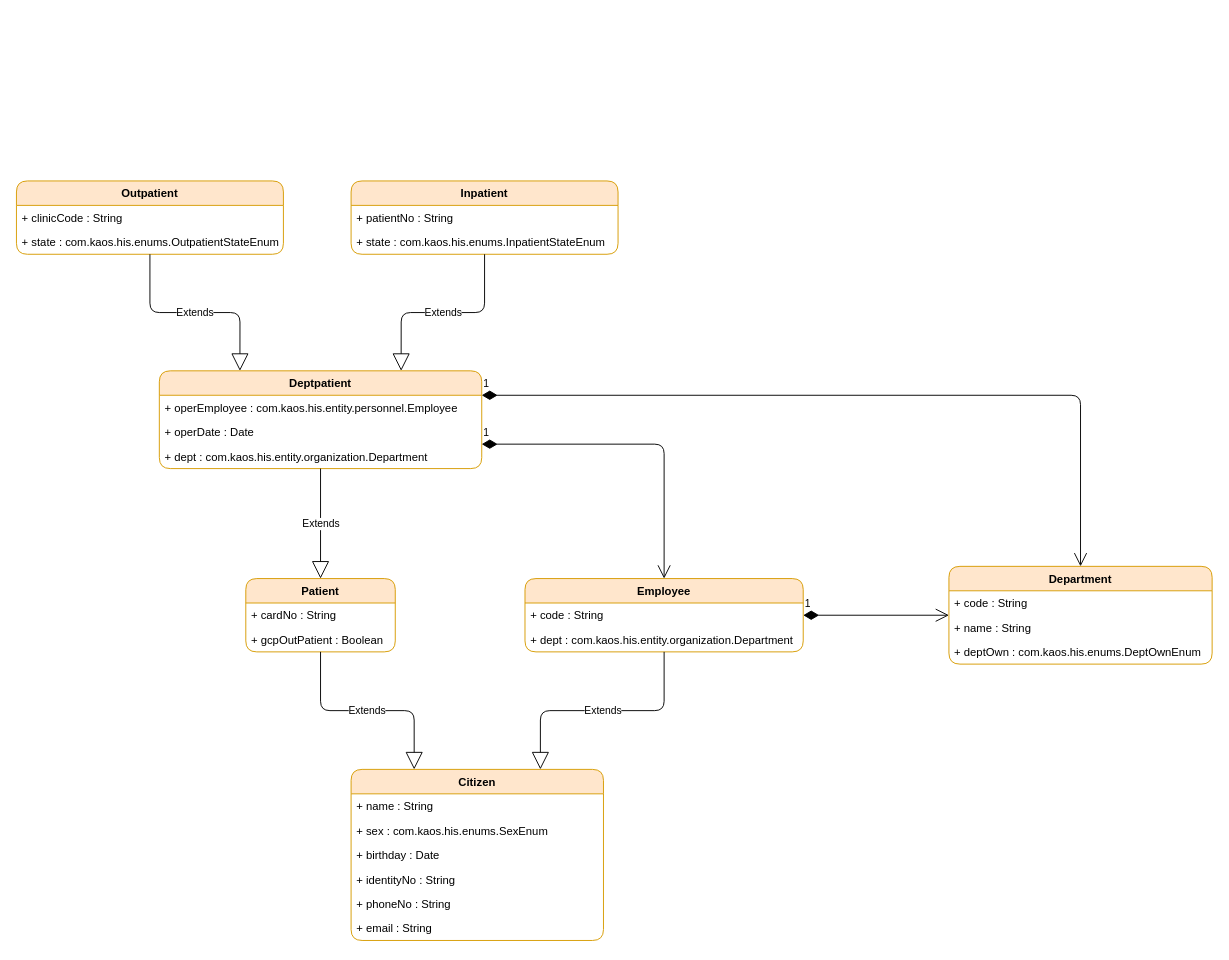
Above: src/main/java/com/kaos/his/entity/Entity.drawio in walnut-qin/springboot.skynet (draw.io), before the change. Source tidied: cells renumbered, new cells numbered last; positions are measured from the earlier drawing's top-left corner, leaving out a move shared by most shapes. Both pictures are drawn from the tidied source at 94%, with x=0, y=0 at pixel (16, 180).
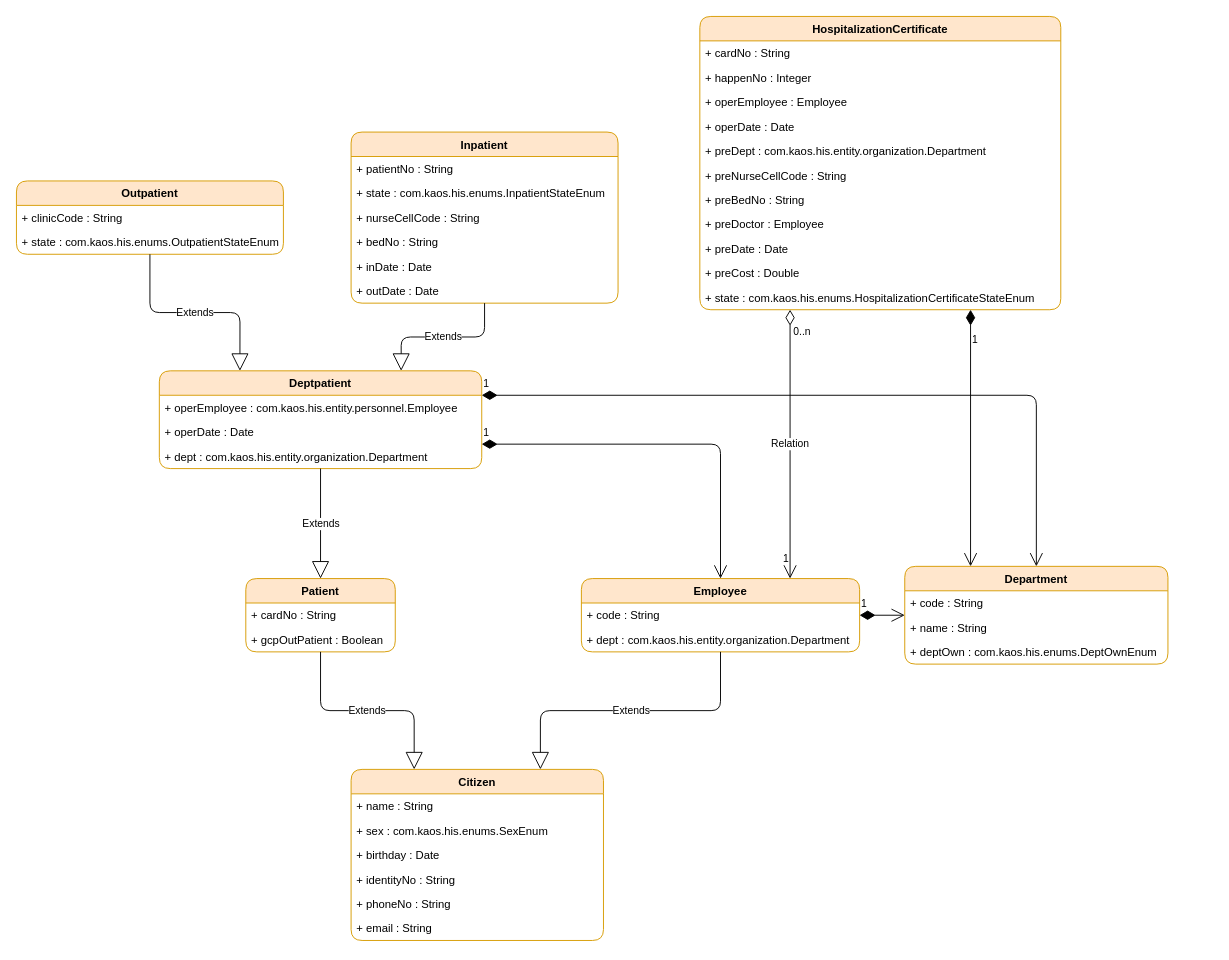
The same page after the edit.

What changed in the source:
```diff
@@
     <mxCell id="2" value="Department" style="swimlane;fontStyle=1;align=center;verticalAlign=top;horizontal=1;startSize=26;rounded=1;shadow=0;strokeColor=#d79b00;fillColor=#ffe6cc;swimlaneFillColor=#ffffff;glass=0;" parent="1" vertex="1">
-      <mxGeometry x="992" y="410" width="280" height="104" as="geometry" />
+      <mxGeometry x="945" y="410" width="280" height="104" as="geometry" />
     </mxCell>
@@
     <mxCell id="6" value="Employee" style="swimlane;fontStyle=1;align=center;verticalAlign=top;horizontal=1;startSize=26;rounded=1;shadow=0;strokeColor=#d79b00;fillColor=#ffe6cc;swimlaneFillColor=#ffffff;glass=0;" parent="1" vertex="1">
-      <mxGeometry x="541" y="423" width="296" height="78" as="geometry" />
+      <mxGeometry x="601" y="423" width="296" height="78" as="geometry" />
     </mxCell>
@@
     <mxCell id="33" value="Inpatient" style="swimlane;fontStyle=1;align=center;verticalAlign=top;horizontal=1;startSize=26;rounded=1;shadow=0;strokeColor=#d79b00;fillColor=#ffe6cc;swimlaneFillColor=#ffffff;glass=0;" parent="1" vertex="1">
-      <mxGeometry x="356" width="284" height="78" as="geometry" />
+      <mxGeometry x="356" y="-52" width="284" height="182" as="geometry" />
     </mxCell>
@@
+    <mxCell id="37" value="+ nurseCellCode : String" style="text;strokeColor=none;fillColor=none;align=left;verticalAlign=top;spacingLeft=4;spacingRight=4;overflow=hidden;" parent="33" vertex="1">
+      <mxGeometry y="78" width="284" height="26" as="geometry" />
+    </mxCell>
+    <mxCell id="38" value="+ bedNo : String" style="text;strokeColor=none;fillColor=none;align=left;verticalAlign=top;spacingLeft=4;spacingRight=4;overflow=hidden;" parent="33" vertex="1">
+      <mxGeometry y="104" width="284" height="26" as="geometry" />
+    </mxCell>
+    <mxCell id="39" value="+ inDate : Date" style="text;strokeColor=none;fillColor=none;align=left;verticalAlign=top;spacingLeft=4;spacingRight=4;overflow=hidden;" parent="33" vertex="1">
+      <mxGeometry y="130" width="284" height="26" as="geometry" />
+    </mxCell>
+    <mxCell id="40" value="+ outDate : Date" style="text;strokeColor=none;fillColor=none;align=left;verticalAlign=top;spacingLeft=4;spacingRight=4;overflow=hidden;" parent="33" vertex="1">
+      <mxGeometry y="156" width="284" height="26" as="geometry" />
+    </mxCell>
@@
+    <mxCell id="41" value="HospitalizationCertificate" style="swimlane;fontStyle=1;align=center;verticalAlign=top;horizontal=1;startSize=26;rounded=1;shadow=0;strokeColor=#d79b00;fillColor=#ffe6cc;swimlaneFillColor=#ffffff;glass=0;" parent="1" vertex="1">
+      <mxGeometry x="727" y="-175" width="384" height="312" as="geometry" />
+    </mxCell>
+    <mxCell id="42" value="+ cardNo : String" style="text;strokeColor=none;fillColor=none;align=left;verticalAlign=top;spacingLeft=4;spacingRight=4;overflow=hidden;" parent="41" vertex="1">
+      <mxGeometry y="26" width="384" height="26" as="geometry" />
+    </mxCell>
+    <mxCell id="43" value="+ happenNo : Integer" style="text;strokeColor=none;fillColor=none;align=left;verticalAlign=top;spacingLeft=4;spacingRight=4;overflow=hidden;" parent="41" vertex="1">
+      <mxGeometry y="52" width="384" height="26" as="geometry" />
+    </mxCell>
+    <mxCell id="44" value="+ operEmployee : Employee" style="text;strokeColor=none;fillColor=none;align=left;verticalAlign=top;spacingLeft=4;spacingRight=4;overflow=hidden;" parent="41" vertex="1">
+      <mxGeometry y="78" width="384" height="26" as="geometry" />
+    </mxCell>
+    <mxCell id="45" value="+ operDate : Date" style="text;strokeColor=none;fillColor=none;align=left;verticalAlign=top;spacingLeft=4;spacingRight=4;overflow=hidden;" parent="41" vertex="1">
+      <mxGeometry y="104" width="384" height="26" as="geometry" />
+    </mxCell>
+    <mxCell id="46" value="+ preDept : com.kaos.his.entity.organization.Department" style="text;strokeColor=none;fillColor=none;align=left;verticalAlign=top;spacingLeft=4;spacingRight=4;overflow=hidden;" parent="41" vertex="1">
+      <mxGeometry y="130" width="384" height="26" as="geometry" />
+    </mxCell>
+    <mxCell id="47" value="+ preNurseCellCode : String" style="text;strokeColor=none;fillColor=none;align=left;verticalAlign=top;spacingLeft=4;spacingRight=4;overflow=hidden;" parent="41" vertex="1">
+      <mxGeometry y="156" width="384" height="26" as="geometry" />
+    </mxCell>
+    <mxCell id="48" value="+ preBedNo : String" style="text;strokeColor=none;fillColor=none;align=left;verticalAlign=top;spacingLeft=4;spacingRight=4;overflow=hidden;" parent="41" vertex="1">
+      <mxGeometry y="182" width="384" height="26" as="geometry" />
+    </mxCell>
+    <mxCell id="49" value="+ preDoctor : Employee" style="text;strokeColor=none;fillColor=none;align=left;verticalAlign=top;spacingLeft=4;spacingRight=4;overflow=hidden;" parent="41" vertex="1">
+      <mxGeometry y="208" width="384" height="26" as="geometry" />
+    </mxCell>
+    <mxCell id="50" value="+ preDate : Date" style="text;strokeColor=none;fillColor=none;align=left;verticalAlign=top;spacingLeft=4;spacingRight=4;overflow=hidden;" parent="41" vertex="1">
+      <mxGeometry y="234" width="384" height="26" as="geometry" />
+    </mxCell>
+    <mxCell id="51" value="+ preCost : Double" style="text;strokeColor=none;fillColor=none;align=left;verticalAlign=top;spacingLeft=4;spacingRight=4;overflow=hidden;" parent="41" vertex="1">
+      <mxGeometry y="260" width="384" height="26" as="geometry" />
+    </mxCell>
+    <mxCell id="52" value="+ state : com.kaos.his.enums.HospitalizationCertificateStateEnum" style="text;strokeColor=none;fillColor=none;align=left;verticalAlign=top;spacingLeft=4;spacingRight=4;overflow=hidden;" parent="41" vertex="1">
+      <mxGeometry y="286" width="384" height="26" as="geometry" />
+    </mxCell>
+    <mxCell id="53" value="1" style="endArrow=open;html=1;endSize=12;startArrow=diamondThin;startSize=14;startFill=1;edgeStyle=orthogonalEdgeStyle;align=left;verticalAlign=bottom;entryX=0.25;entryY=0;entryDx=0;entryDy=0;exitX=0.75;exitY=1;exitDx=0;exitDy=0;" parent="1" edge="1" source="41" target="2">
+      <mxGeometry x="-0.7" relative="1" as="geometry" />
+    </mxCell>
+    <mxCell id="54" value="Relation" style="endArrow=open;html=1;endSize=12;startArrow=diamondThin;startSize=14;startFill=0;edgeStyle=orthogonalEdgeStyle;entryX=0.75;entryY=0;entryDx=0;entryDy=0;exitX=0.25;exitY=1;exitDx=0;exitDy=0;" parent="1" edge="1" source="41" target="6">
+      <mxGeometry relative="1" as="geometry" />
+    </mxCell>
+    <mxCell id="55" value="0..n" style="edgeLabel;html=1;align=left;verticalAlign=top;" parent="54" vertex="1">
+      <mxGeometry x="-1" relative="1" as="geometry">
+        <mxPoint x="2" y="10" as="offset" />
+      </mxGeometry>
+    </mxCell>
+    <mxCell id="56" value="1" style="edgeLabel;html=1;align=right;verticalAlign=top;" parent="54" vertex="1">
+      <mxGeometry x="1" relative="1" as="geometry">
+        <mxPoint x="-1" y="-34" as="offset" />
+      </mxGeometry>
+    </mxCell>
```
